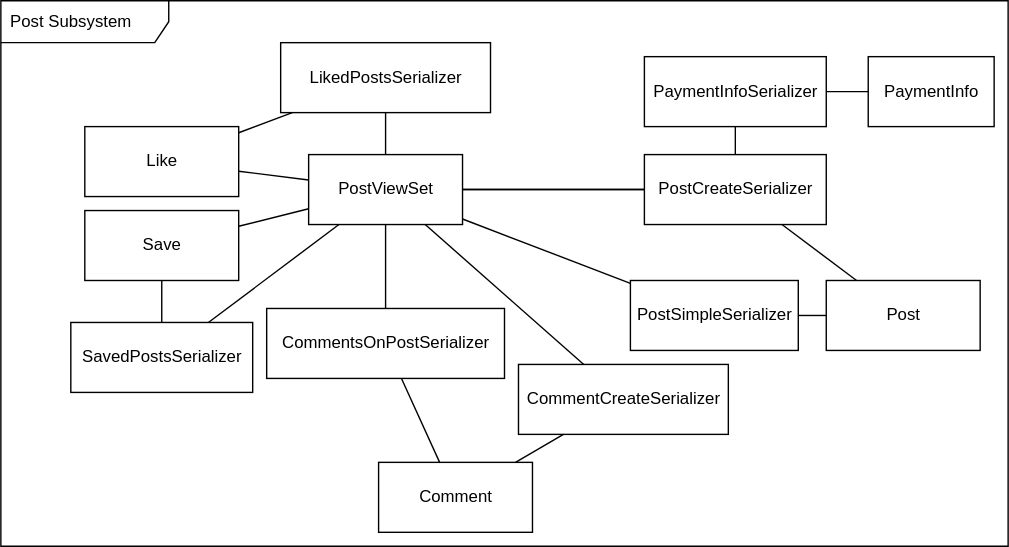
Before: dev-docs/plan/design/subsystems/post_subsystem.drawio.svg, a diagram exported from draw.io (Natan-Asrat/ventingapp). Source tidied: cells renumbered, new cells last; positions are measured from the earlier drawing's top-left corner, leaving out a move shared by most shapes.
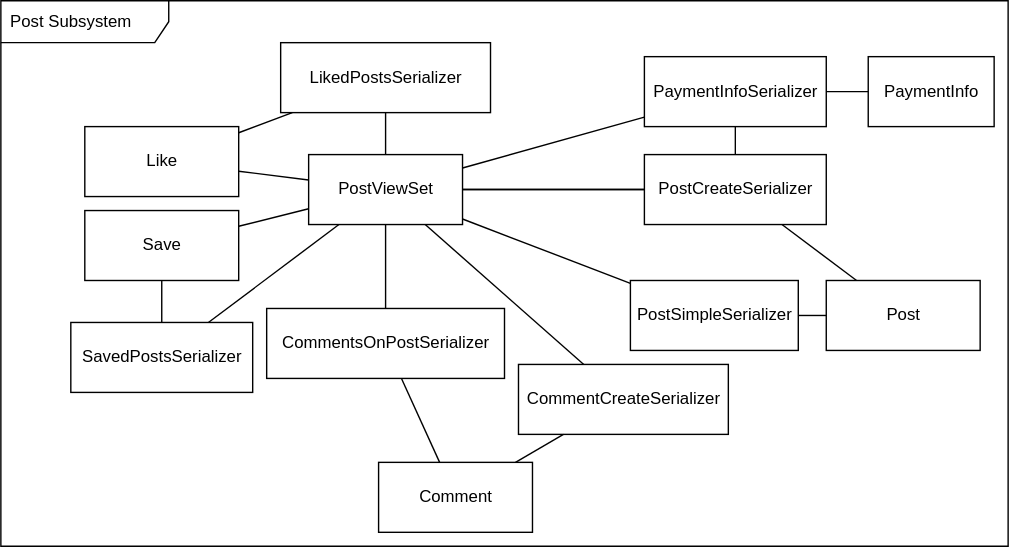
The same diagram one commit later.

Commit message:
temporary feed

Change to the diagram source:
```diff
@@ -73,6 +73,9 @@
     <mxCell id="24" style="edgeStyle=none;html=1;endArrow=none;endFill=0;" parent="1" edge="1" source="25" target="14">
       <mxGeometry relative="1" as="geometry" />
     </mxCell>
+    <mxCell id="34" style="edgeStyle=none;html=1;endArrow=none;endFill=0;" parent="1" edge="1" source="25" target="18">
+      <mxGeometry relative="1" as="geometry" />
+    </mxCell>
     <mxCell id="25" value="PaymentInfoSerializer" style="html=1;" parent="1" vertex="1">
       <mxGeometry x="460" y="40" width="130" height="50" as="geometry" />
     </mxCell>
```
